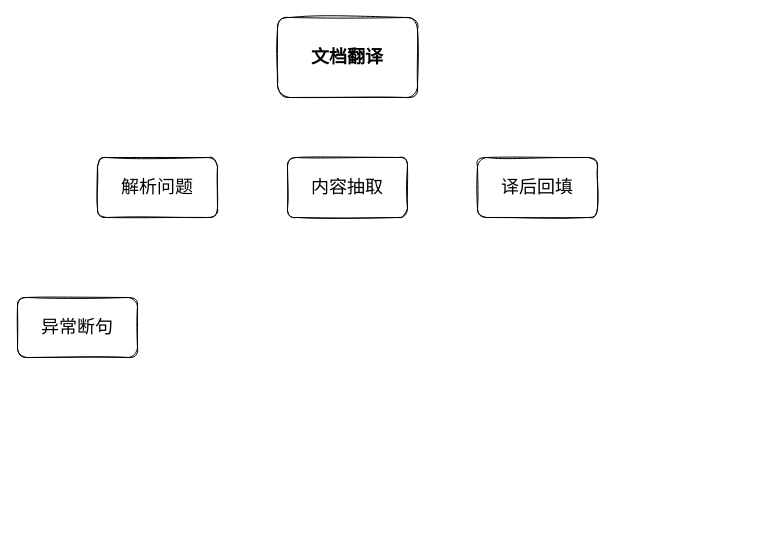
This is 未命名绘图.drawio from hgdhot/draw, a draw.io file, before an edit. Source tidied: cells renumbered, new cells numbered last; positions are measured from the earlier drawing's top-left corner, leaving out a move shared by most shapes. Both pictures are drawn from the tidied source at 100%, with x=0, y=0 at pixel (17, 17).
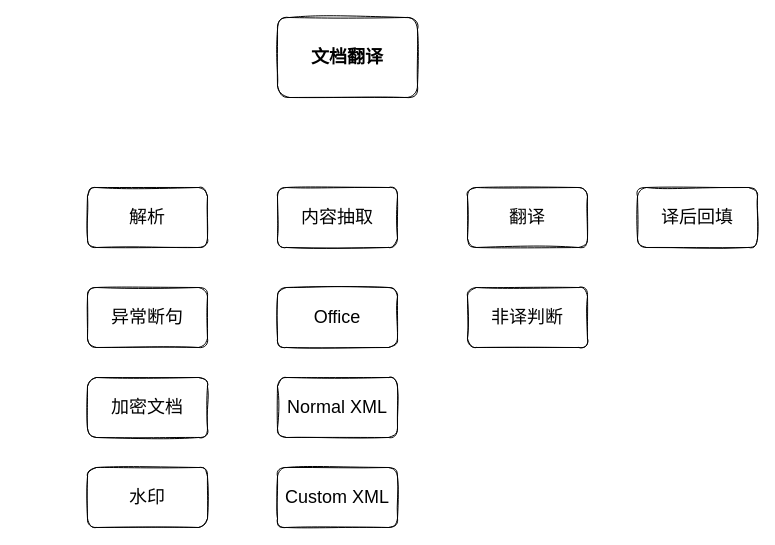
After the change.

Change to the diagram source:
```diff
@@
 <mxGraphModel>
   <root>
     <mxCell id="0" />
     <mxCell id="1" parent="0" />
     <mxCell id="2" value="文档翻译" style="rounded=1;whiteSpace=wrap;html=1;shadow=0;sketch=1;fontStyle=1;labelBorderColor=none;fontSize=18;" parent="1" vertex="1">
       <mxGeometry x="260" width="140" height="80" as="geometry" />
     </mxCell>
-    <mxCell id="3" value="解析问题" style="rounded=1;whiteSpace=wrap;html=1;shadow=0;labelBorderColor=none;sketch=1;fontSize=18;fontColor=#000000;gradientColor=none;" parent="1" vertex="1">
-      <mxGeometry x="80" y="140" width="120" height="60" as="geometry" />
+    <mxCell id="3" value="解析" style="rounded=1;whiteSpace=wrap;html=1;shadow=0;labelBorderColor=none;sketch=1;fontSize=18;fontColor=#000000;gradientColor=none;" parent="1" vertex="1">
+      <mxGeometry x="70" y="170" width="120" height="60" as="geometry" />
     </mxCell>
     <mxCell id="4" value="异常断句" style="rounded=1;whiteSpace=wrap;html=1;shadow=0;labelBorderColor=none;sketch=1;fontSize=18;fontColor=#000000;gradientColor=none;" parent="1" vertex="1">
-      <mxGeometry y="280" width="120" height="60" as="geometry" />
+      <mxGeometry x="70" y="270" width="120" height="60" as="geometry" />
     </mxCell>
     <mxCell id="5" value="内容抽取" style="rounded=1;whiteSpace=wrap;html=1;shadow=0;labelBorderColor=none;sketch=1;fontSize=18;fontColor=#000000;gradientColor=none;" parent="1" vertex="1">
-      <mxGeometry x="270" y="140" width="120" height="60" as="geometry" />
+      <mxGeometry x="260" y="170" width="120" height="60" as="geometry" />
     </mxCell>
     <mxCell id="6" value="译后回填" style="rounded=1;whiteSpace=wrap;html=1;shadow=0;labelBorderColor=none;sketch=1;fontSize=18;fontColor=#000000;gradientColor=none;" parent="1" vertex="1">
-      <mxGeometry x="460" y="140" width="120" height="60" as="geometry" />
+      <mxGeometry x="620" y="170" width="120" height="60" as="geometry" />
     </mxCell>
+    <mxCell id="7" value="Office" style="rounded=1;whiteSpace=wrap;html=1;shadow=0;labelBorderColor=none;sketch=1;fontSize=18;fontColor=#000000;gradientColor=none;" parent="1" vertex="1">
+      <mxGeometry x="260" y="270" width="120" height="60" as="geometry" />
+    </mxCell>
+    <mxCell id="8" value="Normal XML" style="rounded=1;whiteSpace=wrap;html=1;shadow=0;labelBorderColor=none;sketch=1;fontSize=18;fontColor=#000000;gradientColor=none;" parent="1" vertex="1">
+      <mxGeometry x="260" y="360" width="120" height="60" as="geometry" />
+    </mxCell>
+    <mxCell id="9" value="Custom XML" style="rounded=1;whiteSpace=wrap;html=1;shadow=0;labelBorderColor=none;sketch=1;fontSize=18;fontColor=#000000;gradientColor=none;" parent="1" vertex="1">
+      <mxGeometry x="260" y="450" width="120" height="60" as="geometry" />
+    </mxCell>
+    <mxCell id="10" value="翻译" style="rounded=1;whiteSpace=wrap;html=1;shadow=0;labelBorderColor=none;sketch=1;fontSize=18;fontColor=#000000;gradientColor=none;" parent="1" vertex="1">
+      <mxGeometry x="450" y="170" width="120" height="60" as="geometry" />
+    </mxCell>
+    <mxCell id="11" value="非译判断" style="rounded=1;whiteSpace=wrap;html=1;shadow=0;labelBorderColor=none;sketch=1;fontSize=18;fontColor=#000000;gradientColor=none;" parent="1" vertex="1">
+      <mxGeometry x="450" y="270" width="120" height="60" as="geometry" />
+    </mxCell>
+    <mxCell id="12" value="加密文档" style="rounded=1;whiteSpace=wrap;html=1;shadow=0;labelBorderColor=none;sketch=1;fontSize=18;fontColor=#000000;gradientColor=none;" parent="1" vertex="1">
+      <mxGeometry x="70" y="360" width="120" height="60" as="geometry" />
+    </mxCell>
+    <mxCell id="13" value="水印" style="rounded=1;whiteSpace=wrap;html=1;shadow=0;labelBorderColor=none;sketch=1;fontSize=18;fontColor=#000000;gradientColor=none;" parent="1" vertex="1">
+      <mxGeometry x="70" y="450" width="120" height="60" as="geometry" />
+    </mxCell>
   </root>
 </mxGraphModel>
```
